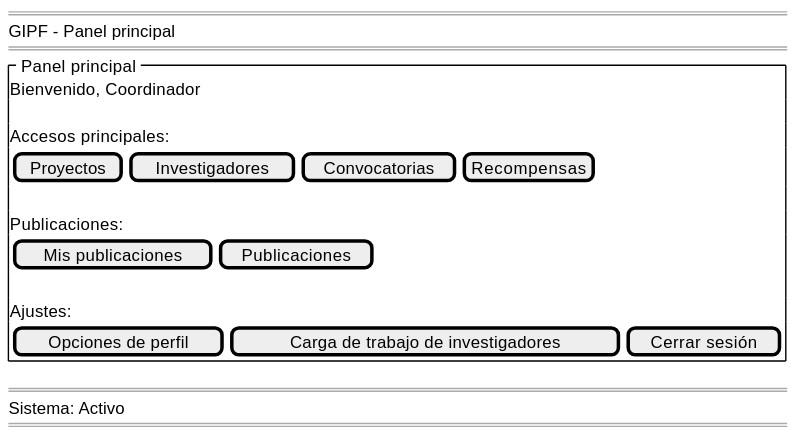
This is documents/casosDeUso/detalle/coordinador/01-panel-principal/abrirPanelPrincipal/prototipo/abrirPanelPrincipal-wireframe.svg from 31Diego/25-26-IdSw1-SdR, a PlantUML export, as it was before one commit. Its diagram source:
```plantuml
@startsalt abrirPanelPrincipal-wireframe
{
    ====
    GIPF - Panel principal
    ====
    {^" Panel principal "
        Bienvenido, Coordinador

        .
        Accesos principales:
        {
            [Proyectos] | [Investigadores] | [Convocatorias] | [Recompensas]
        }
        .
        Publicaciones:
        {
            [Mis publicaciones] | [Publicaciones]
        }
        .
        Ajustes:
        {
            [Opciones de perfil] | [Carga de trabajo de investigadores] | [Cerrar sesión]
        }
    }
    ====
    Sistema: Activo
    ====
}
@endsalt
```
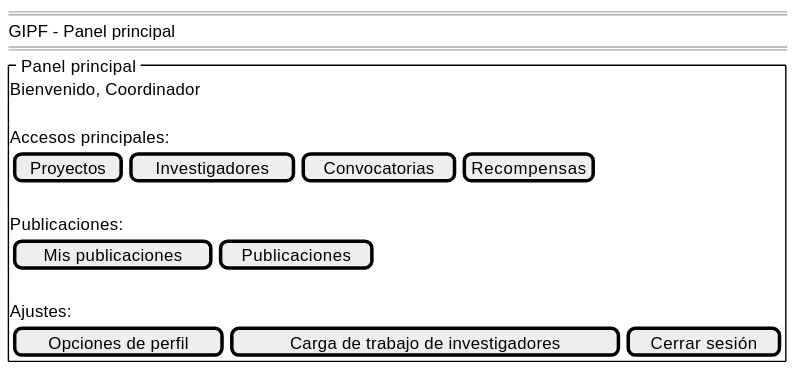
After the change.

Diff of the diagram source:
```diff
@@ -22,8 +22,5 @@
             [Opciones de perfil] | [Carga de trabajo de investigadores] | [Cerrar sesión]
         }
     }
-    ====
-    Sistema: Activo
-    ====
 }
 @endsalt
```
